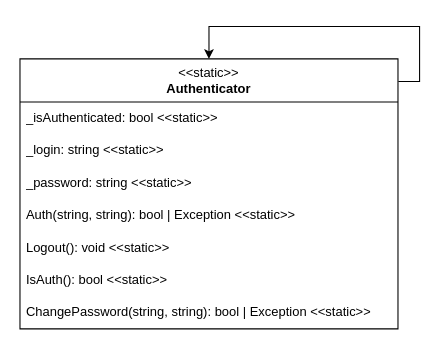
This is page "Singleton" (3 of 3) of Diagrams/DP2Lab02.drawio from ipz222-shms/DP2Lab02, a draw.io file, before an edit. Source tidied: cells renumbered, new cells numbered last; positions are measured from the earlier drawing's top-left corner, leaving out a move shared by most shapes. Both pictures are drawn from the tidied source at 108%, with x=0, y=0 at pixel (19, 26).
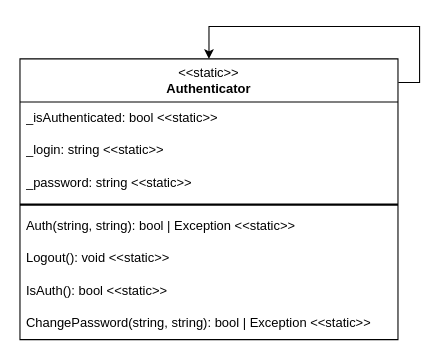
Above is the later version.

What changed in the source:
```diff
@@
 <mxGraphModel>
   <root>
     <mxCell id="0" />
     <mxCell id="1" parent="0" />
     <mxCell id="2" value="&amp;lt;&amp;lt;static&amp;gt;&amp;gt;&lt;br&gt;&lt;b&gt;Authenticator&lt;/b&gt;" style="swimlane;fontStyle=0;horizontal=1;startSize=40;whiteSpace=wrap;html=1;" parent="1" vertex="1">
-      <mxGeometry y="30" width="350" height="250" as="geometry" />
+      <mxGeometry y="30" width="350" height="260" as="geometry" />
     </mxCell>
     <mxCell id="3" value="_isAuthenticated: bool &amp;lt;&amp;lt;static&amp;gt;&amp;gt;" style="text;strokeColor=none;fillColor=none;align=left;verticalAlign=middle;spacingLeft=4;spacingRight=4;overflow=hidden;whiteSpace=wrap;html=1;" parent="2" vertex="1">
       <mxGeometry y="40" width="350" height="30" as="geometry" />
     </mxCell>
     <mxCell id="4" value="_login: string &amp;lt;&amp;lt;static&amp;gt;&amp;gt;" style="text;strokeColor=none;fillColor=none;align=left;verticalAlign=middle;spacingLeft=4;spacingRight=4;overflow=hidden;whiteSpace=wrap;html=1;" parent="2" vertex="1">
       <mxGeometry y="70" width="350" height="30" as="geometry" />
     </mxCell>
-    <mxCell id="5" value="_password: string &amp;lt;&amp;lt;static&amp;gt;&amp;gt;" style="text;strokeColor=none;fillColor=none;align=left;verticalAlign=middle;spacingLeft=4;spacingRight=4;overflow=hidden;whiteSpace=wrap;html=1;" parent="2" vertex="1">
+    <mxCell id="5" value="_password: string &amp;lt;&amp;lt;static&amp;gt;&amp;gt;" style="text;strokeColor=none;fillColor=none;align=left;verticalAlign=middle;spacingLeft=4;spacingRight=4;overflow=hidden;whiteSpace=wrap;html=1;perimeterSpacing=0;glass=0;" parent="2" vertex="1">
       <mxGeometry y="100" width="350" height="30" as="geometry" />
     </mxCell>
+    <mxCell id="11" style="line;strokeWidth=2;html=1;" parent="2" vertex="1">
+      <mxGeometry y="130" width="350" height="10" as="geometry" />
+    </mxCell>
     <mxCell id="6" value="Auth(string, string): bool | Exception &amp;lt;&amp;lt;static&amp;gt;&amp;gt;" style="text;strokeColor=none;fillColor=none;align=left;verticalAlign=middle;spacingLeft=4;spacingRight=4;overflow=hidden;whiteSpace=wrap;html=1;" parent="2" vertex="1">
-      <mxGeometry y="130" width="350" height="30" as="geometry" />
+      <mxGeometry y="140" width="350" height="30" as="geometry" />
     </mxCell>
     <mxCell id="7" value="Logout(): void &amp;lt;&amp;lt;static&amp;gt;&amp;gt;" style="text;strokeColor=none;fillColor=none;align=left;verticalAlign=middle;spacingLeft=4;spacingRight=4;overflow=hidden;whiteSpace=wrap;html=1;" parent="2" vertex="1">
-      <mxGeometry y="160" width="350" height="30" as="geometry" />
+      <mxGeometry y="170" width="350" height="30" as="geometry" />
     </mxCell>
     <mxCell id="8" value="IsAuth(): bool &amp;lt;&amp;lt;static&amp;gt;&amp;gt;" style="text;strokeColor=none;fillColor=none;align=left;verticalAlign=middle;spacingLeft=4;spacingRight=4;overflow=hidden;whiteSpace=wrap;html=1;" parent="2" vertex="1">
-      <mxGeometry y="190" width="350" height="30" as="geometry" />
+      <mxGeometry y="200" width="350" height="30" as="geometry" />
     </mxCell>
     <mxCell id="9" value="ChangePassword(string, string): bool | Exception &amp;lt;&amp;lt;static&amp;gt;&amp;gt;" style="text;strokeColor=none;fillColor=none;align=left;verticalAlign=middle;spacingLeft=4;spacingRight=4;overflow=hidden;whiteSpace=wrap;html=1;" parent="2" vertex="1">
-      <mxGeometry y="220" width="350" height="30" as="geometry" />
+      <mxGeometry y="230" width="350" height="30" as="geometry" />
     </mxCell>
     <mxCell id="10" style="edgeStyle=orthogonalEdgeStyle;rounded=0;orthogonalLoop=1;jettySize=auto;html=1;exitX=1.001;exitY=0.084;exitDx=0;exitDy=0;exitPerimeter=0;entryX=0.5;entryY=0;entryDx=0;entryDy=0;" parent="1" edge="1" source="2" target="2">
       <mxGeometry relative="1" as="geometry">
         <Array as="points">
           <mxPoint x="370" y="51" />
           <mxPoint x="370" />
           <mxPoint x="175" />
         </Array>
       </mxGeometry>
     </mxCell>
   </root>
 </mxGraphModel>
```
